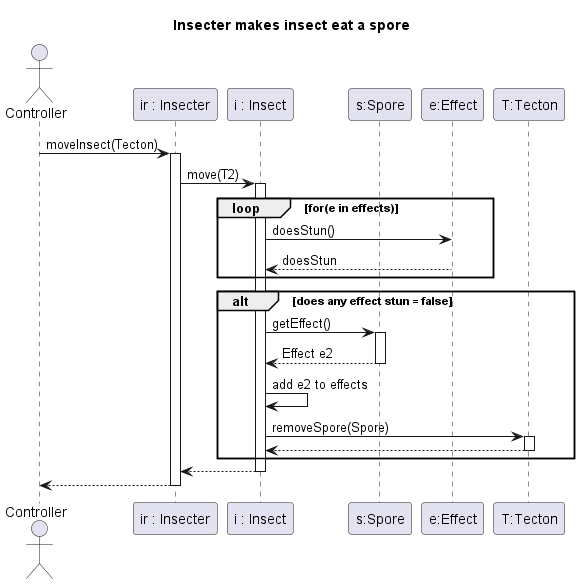
Petya-G/fungorium keeps this PlantUML diagram as out/3/sequence/insect_eatSpore/moveInsect.png. Above is the earlier version.
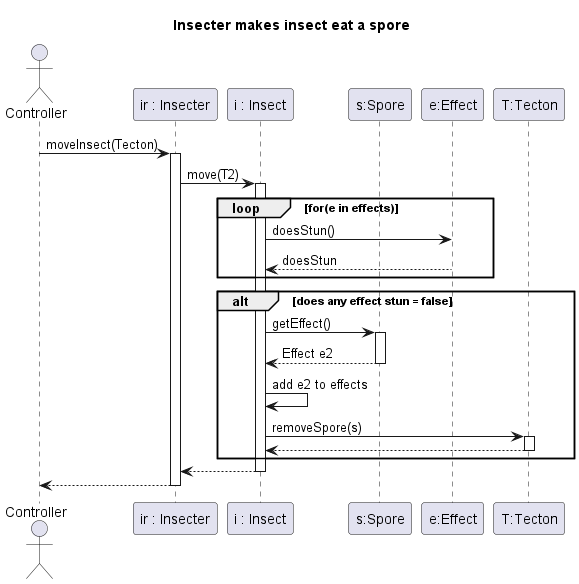
After the change.

What changed in the source:
```diff
@@ -27,7 +27,7 @@
 
 I -> I : add e2 to effects
 
-I -> T: removeSpore(Spore)
+I -> T: removeSpore(s)
 activate T
 T --> I:
 deactivate T
```
